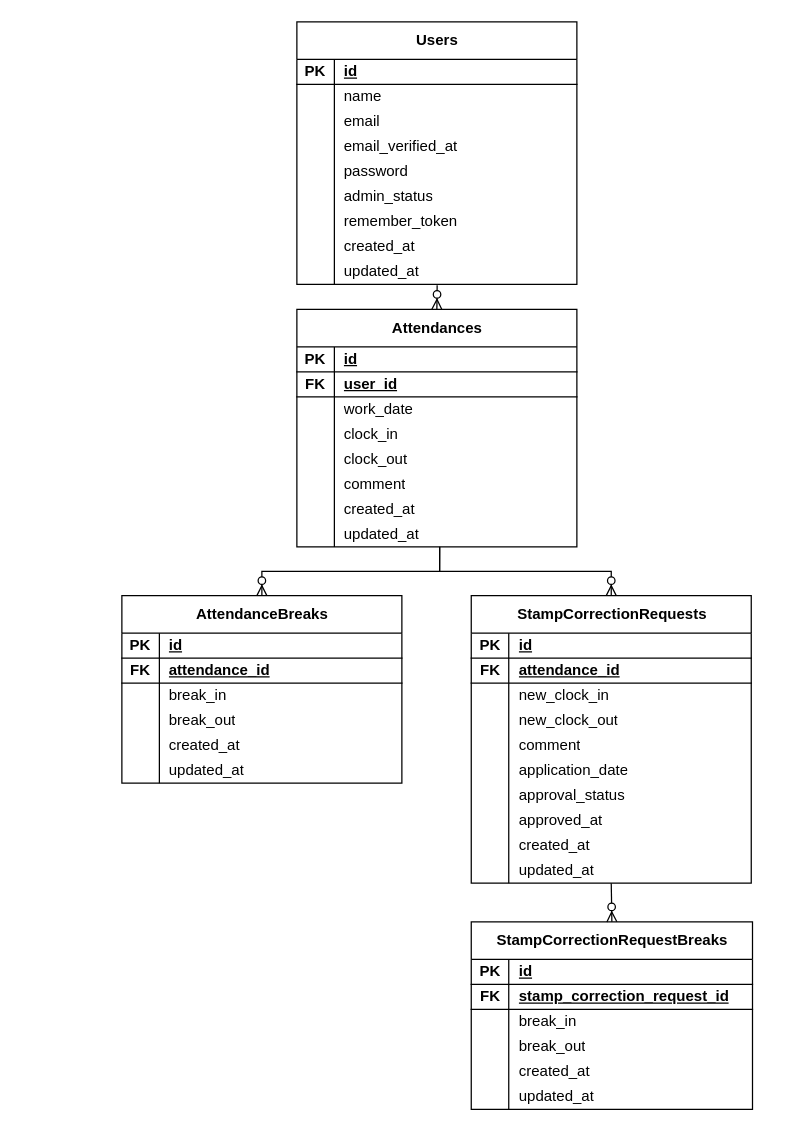
Before: er.drawio in kuboyuina0601/attendance-app, a draw.io diagram. Source tidied: cells renumbered, new cells numbered last; positions are measured from the earlier drawing's top-left corner, leaving out a move shared by most shapes. Both pictures are drawn from the tidied source at 125%, with x=0, y=0 at pixel (121, 21).
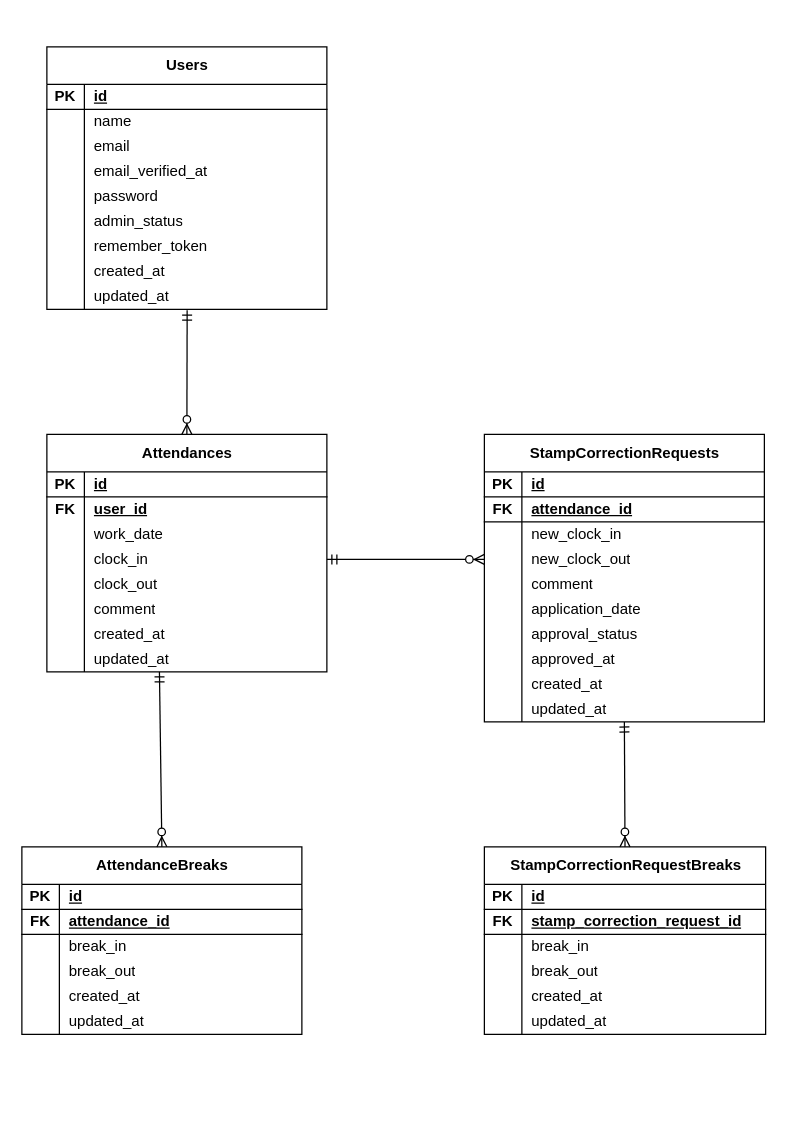
After the change.

The change refers to these unchanged cells:
```xml
<mxCell id="27" style="shape=tableRow;horizontal=0;startSize=0;swimlaneHead=0;swimlaneBody=0;fillColor=none;points=[[0,0.5],[1,0.5]];portConstraint=eastwest;top=0;left=0;right=0;bottom=0;" parent="2" vertex="1">
  <mxGeometry y="190" width="224" height="20" as="geometry" />
</mxCell>
<mxCell id="40" style="shape=tableRow;horizontal=0;startSize=0;swimlaneHead=0;swimlaneBody=0;fillColor=none;points=[[0,0.5],[1,0.5]];portConstraint=eastwest;top=0;left=0;right=0;bottom=0;" parent="30" vertex="1">
  <mxGeometry y="90" width="224" height="20" as="geometry" />
</mxCell>
<mxCell id="52" style="shape=tableRow;horizontal=0;startSize=0;swimlaneHead=0;swimlaneBody=0;fillColor=none;points=[[0,0.5],[1,0.5]];portConstraint=eastwest;top=0;left=0;right=0;bottom=0;" parent="30" vertex="1">
  <mxGeometry y="170" width="224" height="20" as="geometry" />
</mxCell>
<mxCell id="84" style="shape=tableRow;horizontal=0;startSize=0;swimlaneHead=0;swimlaneBody=0;fillColor=none;points=[[0,0.5],[1,0.5]];portConstraint=eastwest;top=0;left=0;right=0;bottom=0;" parent="74" vertex="1">
  <mxGeometry y="90" width="224" height="20" as="geometry" />
</mxCell>
<mxCell id="102" style="shape=tableRow;horizontal=0;startSize=0;swimlaneHead=0;swimlaneBody=0;fillColor=none;points=[[0,0.5],[1,0.5]];portConstraint=eastwest;top=0;left=0;right=0;bottom=0;" parent="74" vertex="1">
  <mxGeometry y="210" width="224" height="20" as="geometry" />
</mxCell>
```

The edit, as a diff of the source:
```diff
@@
     <mxCell id="2" value="Users" style="shape=table;startSize=30;childLayout=tableLayout;rowLines=0;fontStyle=1;align=center;html=1;" parent="1" vertex="1">
-      <mxGeometry x="140" width="224" height="210" as="geometry" />
+      <mxGeometry x="-60" y="20" width="224" height="210" as="geometry" />
     </mxCell>
@@
     <mxCell id="30" value="Attendances" style="shape=table;startSize=30;childLayout=tableLayout;rowLines=0;fontStyle=1;align=center;html=1;" parent="1" vertex="1">
-      <mxGeometry x="140" y="230" width="224" height="190" as="geometry" />
+      <mxGeometry x="-60" y="330" width="224" height="190" as="geometry" />
     </mxCell>
@@
-    <mxCell id="34" style="shape=tableRow;horizontal=0;startSize=0;swimlaneHead=0;swimlaneBody=0;fillColor=none;top=0;left=0;right=0;bottom=1;" parent="30" vertex="1">
-      <mxGeometry y="50" width="224" height="20" as="geometry" />
-    </mxCell>
-    <mxCell id="35" value="FK" style="shape=partialRectangle;fillColor=none;top=0;left=0;bottom=0;right=0;fontStyle=1;overflow=hidden;whiteSpace=wrap;html=1;" parent="34" vertex="1">
-      <mxGeometry width="30" height="20" as="geometry" />
-    </mxCell>
-    <mxCell id="36" value="&lt;span style=&quot;color: rgb(0, 0, 0);&quot;&gt;user_id&lt;/span&gt;" style="shape=partialRectangle;fillColor=none;top=0;left=0;bottom=0;right=0;align=left;spacingLeft=6;fontStyle=5;overflow=hidden;whiteSpace=wrap;html=1;" parent="34" vertex="1">
-      <mxGeometry x="30" width="194" height="20" as="geometry" />
-    </mxCell>
-    <mxCell id="37" style="shape=tableRow;horizontal=0;startSize=0;swimlaneHead=0;swimlaneBody=0;fillColor=none;top=0;left=0;right=0;bottom=0;" parent="30" vertex="1">
-      <mxGeometry y="70" width="224" height="20" as="geometry" />
+    <mxCell id="37" style="shape=tableRow;horizontal=0;startSize=0;swimlaneHead=0;swimlaneBody=0;fillColor=none;top=0;left=0;right=0;bottom=0;swimlaneLine=0;" parent="30" vertex="1">
+      <mxGeometry y="50" width="224" height="20" as="geometry" />
     </mxCell>
-    <mxCell id="38" style="shape=partialRectangle;fillColor=none;top=0;left=0;bottom=0;right=0;overflow=hidden;whiteSpace=wrap;html=1;" parent="37" vertex="1">
+    <mxCell id="38" value="&lt;span style=&quot;color: rgb(0, 0, 0); font-weight: 700;&quot;&gt;FK&lt;/span&gt;" style="shape=partialRectangle;fillColor=none;top=0;left=0;bottom=0;right=0;overflow=hidden;whiteSpace=wrap;html=1;" parent="37" vertex="1">
       <mxGeometry width="30" height="20" as="geometry" />
     </mxCell>
-    <mxCell id="39" value="work_date" style="shape=partialRectangle;fillColor=none;top=0;left=0;bottom=0;right=0;align=left;spacingLeft=6;overflow=hidden;whiteSpace=wrap;html=1;" parent="37" vertex="1">
+    <mxCell id="39" value="&lt;span style=&quot;color: rgb(0, 0, 0); font-weight: 700; text-decoration: underline;&quot;&gt;user_id&lt;/span&gt;" style="shape=partialRectangle;fillColor=none;top=0;left=0;bottom=0;right=0;align=left;spacingLeft=6;overflow=hidden;whiteSpace=wrap;html=1;" parent="37" vertex="1">
       <mxGeometry x="30" width="194" height="20" as="geometry" />
     </mxCell>
+    <mxCell id="128" style="shape=tableRow;horizontal=0;startSize=0;swimlaneHead=0;swimlaneBody=0;fillColor=none;top=0;left=0;right=0;bottom=0;swimlaneLine=0;" parent="30" vertex="1">
+      <mxGeometry y="70" width="224" height="20" as="geometry" />
+    </mxCell>
+    <mxCell id="129" style="shape=partialRectangle;fillColor=none;top=0;left=0;bottom=0;right=0;overflow=hidden;whiteSpace=wrap;html=1;" parent="128" vertex="1">
+      <mxGeometry width="30" height="20" as="geometry" />
+    </mxCell>
+    <mxCell id="130" value="&lt;span style=&quot;color: rgb(0, 0, 0);&quot;&gt;work_date&lt;/span&gt;" style="shape=partialRectangle;fillColor=none;top=0;left=0;bottom=0;right=0;align=left;spacingLeft=6;overflow=hidden;whiteSpace=wrap;html=1;" parent="128" vertex="1">
+      <mxGeometry x="30" width="194" height="20" as="geometry" />
+    </mxCell>
@@
     <mxCell id="55" value="AttendanceBreaks" style="shape=table;startSize=30;childLayout=tableLayout;rowLines=0;fontStyle=1;align=center;html=1;strokeColor=default;verticalAlign=middle;fontFamily=Helvetica;fontSize=12;fontColor=default;fillColor=default;" parent="1" vertex="1">
-      <mxGeometry y="459" width="224" height="150" as="geometry" />
+      <mxGeometry x="-80" y="660" width="224" height="150" as="geometry" />
     </mxCell>
@@
     <mxCell id="74" value="StampCorrectionRequests" style="shape=table;startSize=30;childLayout=tableLayout;rowLines=0;fontStyle=1;align=center;html=1;" parent="1" vertex="1">
-      <mxGeometry x="279.5" y="459" width="224" height="230" as="geometry" />
+      <mxGeometry x="290" y="330" width="224" height="230" as="geometry" />
     </mxCell>
@@
     <mxCell id="105" value="StampCorrectionRequestBreaks" style="shape=table;startSize=30;childLayout=tableLayout;rowLines=0;fontStyle=1;align=center;html=1;" parent="1" vertex="1">
-      <mxGeometry x="279.5" y="720" width="225" height="150" as="geometry" />
+      <mxGeometry x="290" y="660" width="225" height="150" as="geometry" />
     </mxCell>
@@
-    <mxCell id="124" style="fontSize=12;html=1;endArrow=ERzeroToMany;endFill=1;entryX=0.5;entryY=0;entryDx=0;entryDy=0;exitX=0.501;exitY=1.033;exitDx=0;exitDy=0;exitPerimeter=0;" parent="1" edge="1" source="27" target="30">
+    <mxCell id="124" style="fontSize=12;html=1;endArrow=ERzeroToMany;endFill=1;entryX=0.5;entryY=0;entryDx=0;entryDy=0;exitX=0.501;exitY=1.033;exitDx=0;exitDy=0;exitPerimeter=0;startArrow=ERmandOne;startFill=0;" parent="1" edge="1" source="27" target="30">
       <mxGeometry relative="1" as="geometry" />
     </mxCell>
-    <mxCell id="125" style="fontSize=12;html=1;endArrow=ERzeroToMany;endFill=1;rounded=0;entryX=0.5;entryY=0;entryDx=0;entryDy=0;exitX=0.51;exitY=0.994;exitDx=0;exitDy=0;exitPerimeter=0;edgeStyle=orthogonalEdgeStyle;" parent="1" edge="1" source="52" target="55">
+    <mxCell id="125" style="fontSize=12;html=1;endArrow=ERzeroToMany;endFill=1;rounded=0;entryX=0.5;entryY=0;entryDx=0;entryDy=0;exitX=0.402;exitY=1;exitDx=0;exitDy=0;exitPerimeter=0;startArrow=ERmandOne;startFill=0;" parent="1" edge="1" source="52" target="55">
       <mxGeometry relative="1" as="geometry" />
     </mxCell>
-    <mxCell id="126" style="edgeStyle=orthogonalEdgeStyle;fontSize=12;html=1;endArrow=ERzeroToMany;endFill=1;exitX=0.51;exitY=1.002;exitDx=0;exitDy=0;exitPerimeter=0;entryX=0.5;entryY=0;entryDx=0;entryDy=0;rounded=0;curved=0;" parent="1" edge="1" source="52" target="74">
+    <mxCell id="126" style="edgeStyle=orthogonalEdgeStyle;fontSize=12;html=1;endArrow=ERzeroToMany;endFill=1;exitX=1;exitY=0.5;exitDx=0;exitDy=0;entryX=0;entryY=0.5;entryDx=0;entryDy=0;rounded=0;curved=0;startArrow=ERmandOne;startFill=0;" parent="1" edge="1" source="40" target="84">
       <mxGeometry relative="1" as="geometry" />
     </mxCell>
-    <mxCell id="127" style="fontSize=12;html=1;endArrow=ERzeroToMany;endFill=1;entryX=0.5;entryY=0;entryDx=0;entryDy=0;exitX=0.5;exitY=1.005;exitDx=0;exitDy=0;exitPerimeter=0;" parent="1" edge="1" source="102" target="105">
+    <mxCell id="127" style="fontSize=12;html=1;endArrow=ERzeroToMany;endFill=1;entryX=0.5;entryY=0;entryDx=0;entryDy=0;exitX=0.5;exitY=1.005;exitDx=0;exitDy=0;exitPerimeter=0;startArrow=ERmandOne;startFill=0;" parent="1" edge="1" source="102" target="105">
       <mxGeometry relative="1" as="geometry" />
     </mxCell>
```
